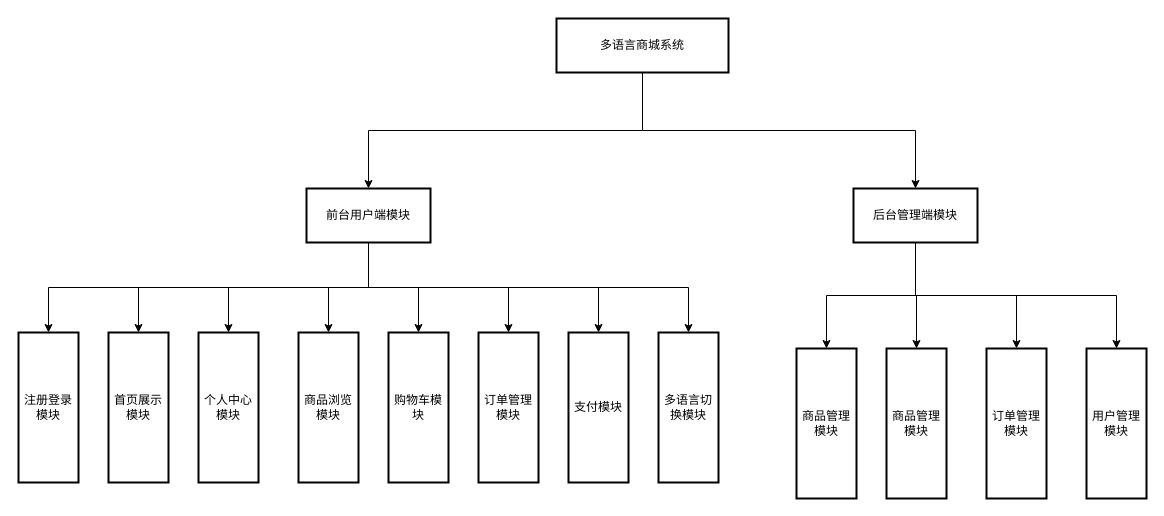
The draw.io diagram page "第 1 页" (1 of 2) of 系统功能模块.drawio in 194568/test1, before the edit. Source tidied: cells renumbered, new cells numbered last; positions are measured from the earlier drawing's top-left corner, leaving out a move shared by most shapes. Both pictures are drawn from the tidied source at 100%, with x=0, y=0 at pixel (18, 18).
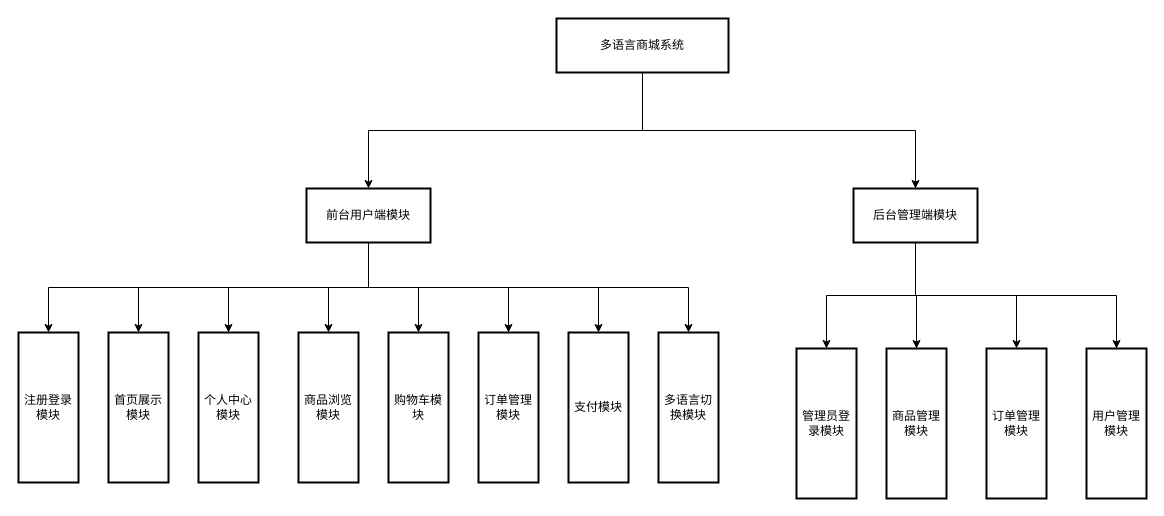
The same diagram, later.

Commit message:
更新系统功能模块.drawio

Diff of the diagram source:
```diff
@@
-    <mxCell id="30" value="商品管理模块" style="whiteSpace=wrap;strokeWidth=2;" parent="1" vertex="1">
+    <mxCell id="30" value="管理员登录模块" style="whiteSpace=wrap;strokeWidth=2;" parent="1" vertex="1">
       <mxGeometry x="778" y="330" width="60" height="150" as="geometry" />
     </mxCell>
```
